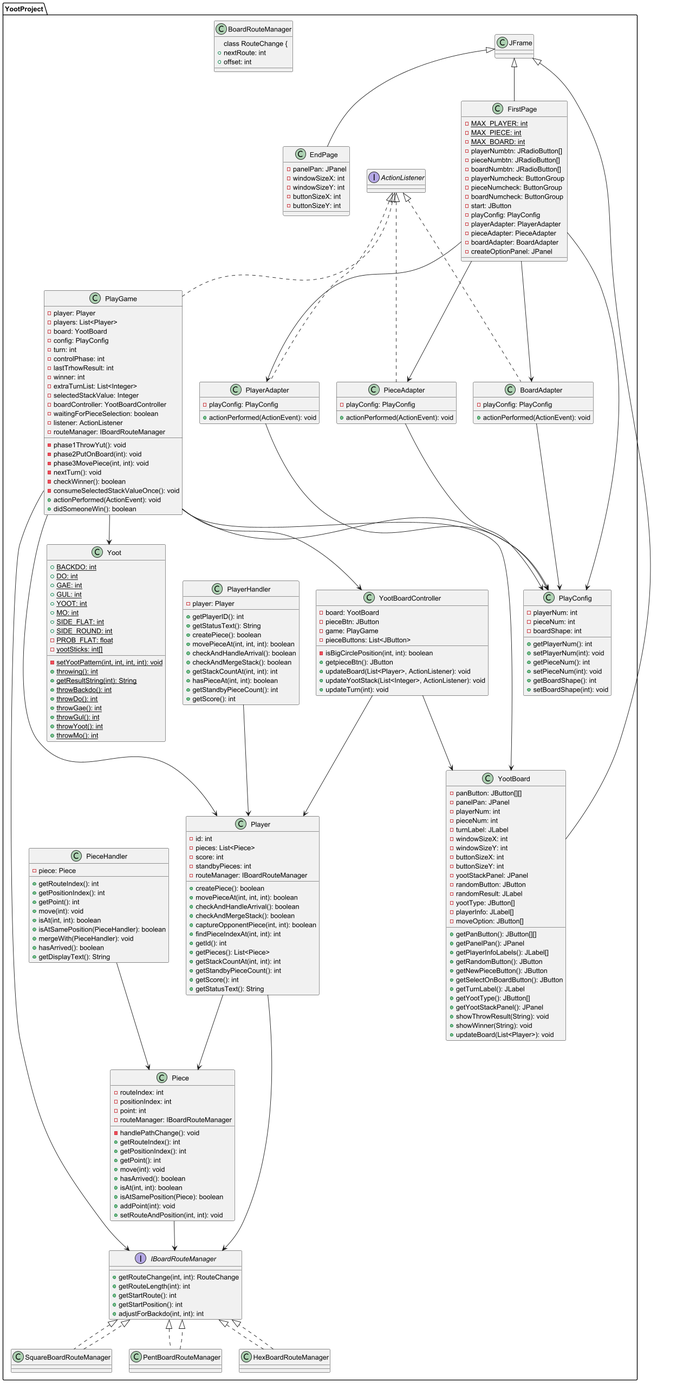
BigBeautifulM/SETermProject18 keeps this PlantUML diagram as doc/Diagram/Class_Diagram.png. Above is the earlier version.
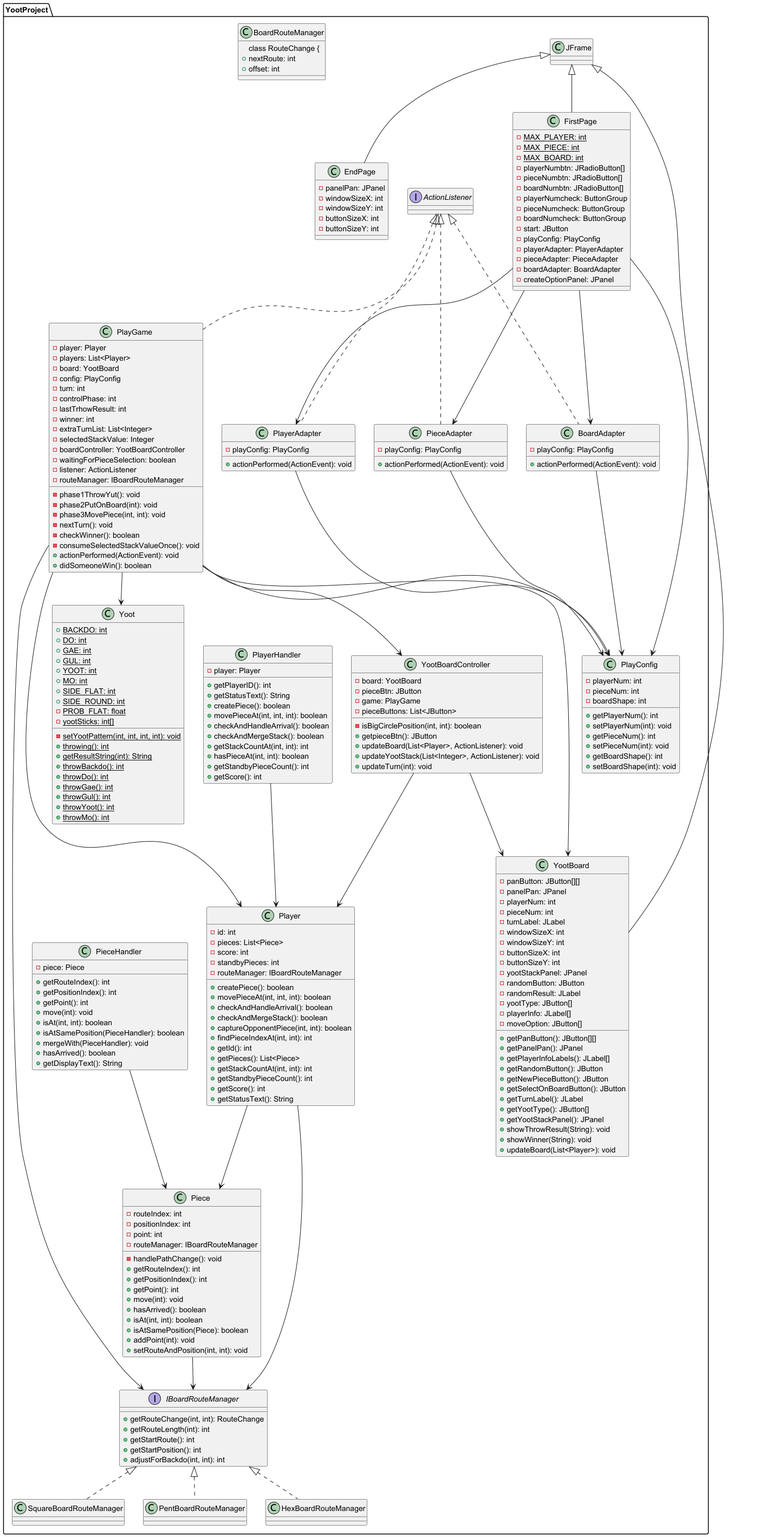
Later version of the same file.

Commit message:
class diagram modified

Diff of the diagram source:
```diff
@@ -253,10 +253,6 @@
 
   PieceHandler --> Piece
   PlayerHandler --> Player
-
-  SquareBoardRouteManager ..|> IBoardRouteManager
-  PentBoardRouteManager ..|> IBoardRouteManager
-  HexBoardRouteManager ..|> IBoardRouteManager
 }
 
 @enduml
```
